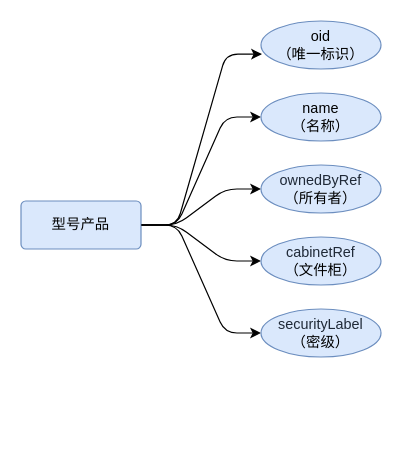
The draw.io diagram 未命名绘图.drawio in ColinCongDu/chart, before the edit. Source tidied: cells renumbered, new cells numbered last; positions are measured from the earlier drawing's top-left corner, leaving out a move shared by most shapes. Both pictures are drawn from the tidied source at 120%, with x=0, y=0 at pixel (20, 20).
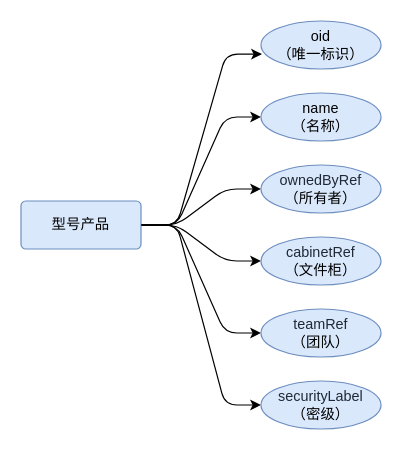
Above is the later version.

Commit message (it also covers changes not shown here):
更新未命名绘图.drawio

What changed in the source:
```diff
@@
 <mxGraphModel>
   <root>
     <mxCell id="0" />
     <mxCell id="1" parent="0" />
     <mxCell id="2" style="edgeStyle=entityRelationEdgeStyle;rounded=1;jettySize=auto;html=1;entryX=0;entryY=0.5;entryDx=0;entryDy=0;strokeColor=default;align=center;verticalAlign=middle;fontFamily=Helvetica;fontSize=11;fontColor=default;labelBackgroundColor=default;endArrow=classic;curved=0;" parent="1" edge="1" source="6" target="8">
       <mxGeometry relative="1" as="geometry" />
     </mxCell>
     <mxCell id="3" style="edgeStyle=entityRelationEdgeStyle;rounded=1;jettySize=auto;html=1;curved=0;" parent="1" edge="1" source="6" target="10">
       <mxGeometry relative="1" as="geometry" />
     </mxCell>
     <mxCell id="4" style="edgeStyle=entityRelationEdgeStyle;rounded=1;jettySize=auto;html=1;entryX=0;entryY=0.5;entryDx=0;entryDy=0;strokeColor=default;align=center;verticalAlign=middle;fontFamily=Helvetica;fontSize=11;fontColor=default;labelBackgroundColor=default;endArrow=classic;" parent="1" edge="1" source="6" target="9">
       <mxGeometry relative="1" as="geometry" />
     </mxCell>
     <mxCell id="5" style="edgeStyle=entityRelationEdgeStyle;rounded=1;jettySize=auto;html=1;entryX=0;entryY=0.5;entryDx=0;entryDy=0;strokeColor=default;align=center;verticalAlign=middle;fontFamily=Helvetica;fontSize=11;fontColor=default;labelBackgroundColor=default;endArrow=classic;" parent="1" edge="1" source="6" target="11">
       <mxGeometry relative="1" as="geometry" />
     </mxCell>
+    <mxCell id="13" style="edgeStyle=entityRelationEdgeStyle;rounded=1;jettySize=auto;html=1;entryX=0;entryY=0.5;entryDx=0;entryDy=0;strokeColor=default;align=center;verticalAlign=middle;fontFamily=Helvetica;fontSize=11;fontColor=default;labelBackgroundColor=default;endArrow=classic;" parent="1" edge="1" source="6" target="14">
+      <mxGeometry relative="1" as="geometry" />
+    </mxCell>
     <mxCell id="6" value="型号产品" style="rounded=1;arcSize=10;whiteSpace=wrap;html=1;align=center;fillColor=#dae8fc;strokeColor=#6c8ebf;" parent="1" vertex="1">
       <mxGeometry y="150" width="100" height="40" as="geometry" />
     </mxCell>
     <mxCell id="7" value="oid&lt;br&gt;&lt;div&gt;（唯一标识）&lt;/div&gt;" style="ellipse;whiteSpace=wrap;html=1;align=center;fillColor=#dae8fc;strokeColor=#6c8ebf;" parent="1" vertex="1">
       <mxGeometry x="200" width="100" height="40" as="geometry" />
     </mxCell>
     <mxCell id="8" value="name&lt;br&gt;&lt;div&gt;（名称）&lt;/div&gt;" style="ellipse;whiteSpace=wrap;html=1;align=center;strokeColor=#6c8ebf;verticalAlign=middle;fontFamily=Helvetica;fontSize=12;fontColor=default;fillColor=#dae8fc;" parent="1" vertex="1">
       <mxGeometry x="200" y="60" width="100" height="40" as="geometry" />
     </mxCell>
     <mxCell id="9" value="&lt;span style=&quot;color: rgb(31, 41, 55); font-family: AlibabaPuHuiTi-3-55-Regular; text-align: left; text-wrap-mode: nowrap;&quot;&gt;cabinetRef&lt;/span&gt;&lt;br&gt;&lt;div&gt;（文件柜）&lt;/div&gt;" style="ellipse;whiteSpace=wrap;html=1;align=center;strokeColor=#6c8ebf;verticalAlign=middle;fontFamily=Helvetica;fontSize=12;fontColor=default;fillColor=#dae8fc;" parent="1" vertex="1">
       <mxGeometry x="200" y="180" width="100" height="40" as="geometry" />
     </mxCell>
     <mxCell id="10" value="&lt;span style=&quot;color: rgb(31, 41, 55); font-family: AlibabaPuHuiTi-3-55-Regular; text-align: left; text-wrap-mode: nowrap;&quot;&gt;ownedByRef&lt;/span&gt;&lt;span&gt;&lt;br&gt;&lt;/span&gt;&lt;div&gt;&lt;span&gt;（所有者&lt;/span&gt;&lt;span&gt;）&lt;/span&gt;&lt;/div&gt;" style="ellipse;whiteSpace=wrap;html=1;align=center;strokeColor=#6c8ebf;verticalAlign=middle;fontFamily=Helvetica;fontSize=12;fontColor=default;fillColor=#dae8fc;" parent="1" vertex="1">
       <mxGeometry x="200" y="120" width="100" height="40" as="geometry" />
     </mxCell>
     <mxCell id="11" value="&lt;span style=&quot;color: rgb(31, 41, 55); font-family: AlibabaPuHuiTi-3-55-Regular; text-align: left; text-wrap-mode: nowrap;&quot;&gt;securityLabel&lt;/span&gt;&lt;span&gt;&lt;br&gt;&lt;/span&gt;&lt;div&gt;（密级）&lt;/div&gt;" style="ellipse;whiteSpace=wrap;html=1;align=center;strokeColor=#6c8ebf;verticalAlign=middle;fontFamily=Helvetica;fontSize=12;fontColor=default;fillColor=#dae8fc;" parent="1" vertex="1">
-      <mxGeometry x="200" y="240" width="100" height="40" as="geometry" />
+      <mxGeometry x="200" y="300" width="100" height="40" as="geometry" />
     </mxCell>
     <mxCell id="12" style="edgeStyle=entityRelationEdgeStyle;rounded=1;jettySize=auto;html=1;entryX=0.008;entryY=0.69;entryDx=0;entryDy=0;entryPerimeter=0;curved=0;" parent="1" edge="1" source="6" target="7">
       <mxGeometry relative="1" as="geometry" />
     </mxCell>
+    <mxCell id="14" value="&lt;span style=&quot;color: rgb(31, 41, 55); font-family: AlibabaPuHuiTi-3-55-Regular; text-align: left; text-wrap-mode: nowrap;&quot;&gt;teamRef&lt;/span&gt;&lt;br&gt;&lt;div&gt;（团队）&lt;/div&gt;" style="ellipse;whiteSpace=wrap;html=1;align=center;strokeColor=#6c8ebf;verticalAlign=middle;fontFamily=Helvetica;fontSize=12;fontColor=default;fillColor=#dae8fc;" parent="1" vertex="1">
+      <mxGeometry x="200" y="240" width="100" height="40" as="geometry" />
+    </mxCell>
   </root>
 </mxGraphModel>
```
